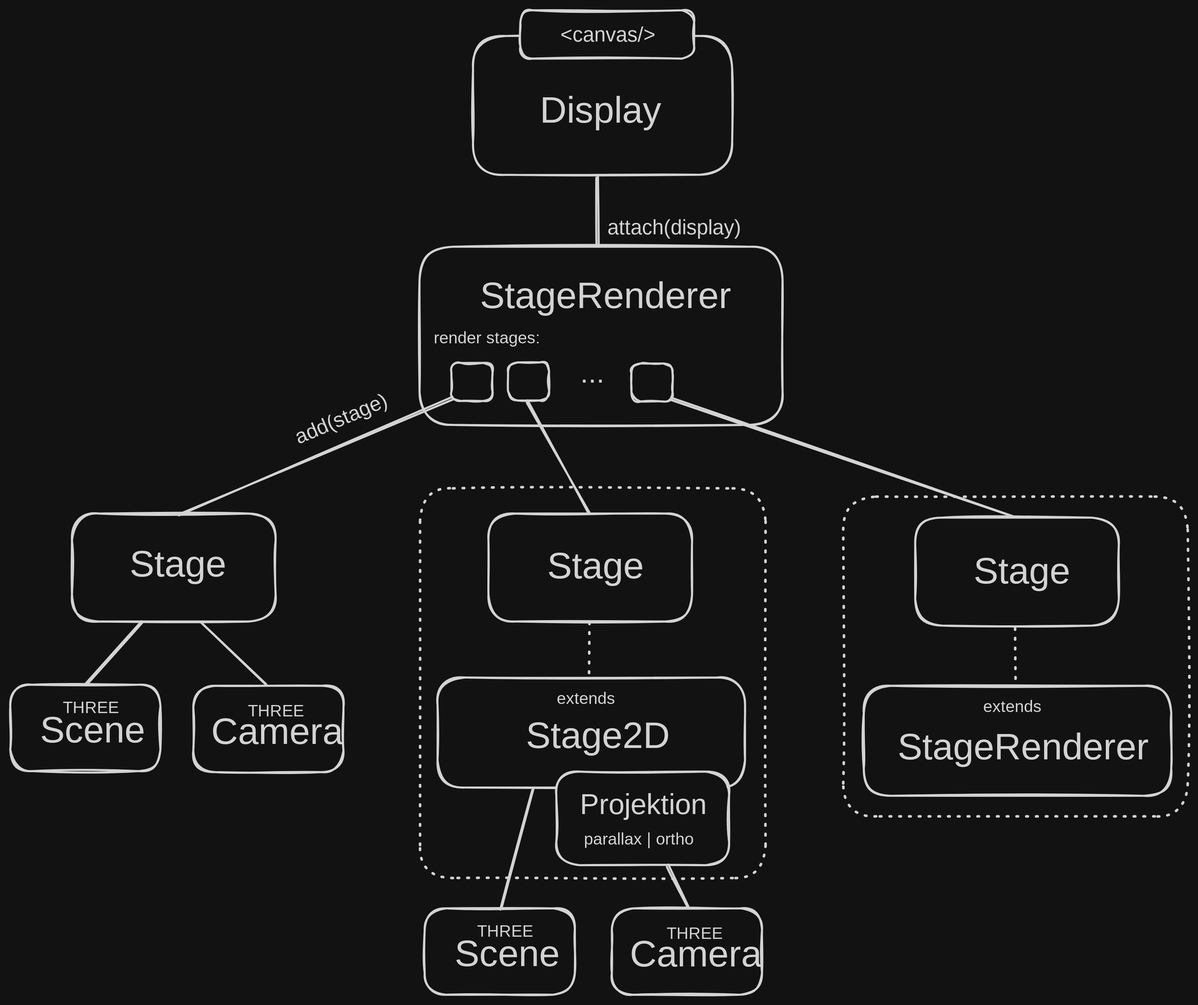
Earlier version of the Excalidraw export docs/display/display-stage-renderer.excalidraw.svg (spearwolf/twopoint5d). Source tidied: one line per element, renumbered; positions are measured from the earlier drawing's top-left corner, leaving out a move shared by most shapes.
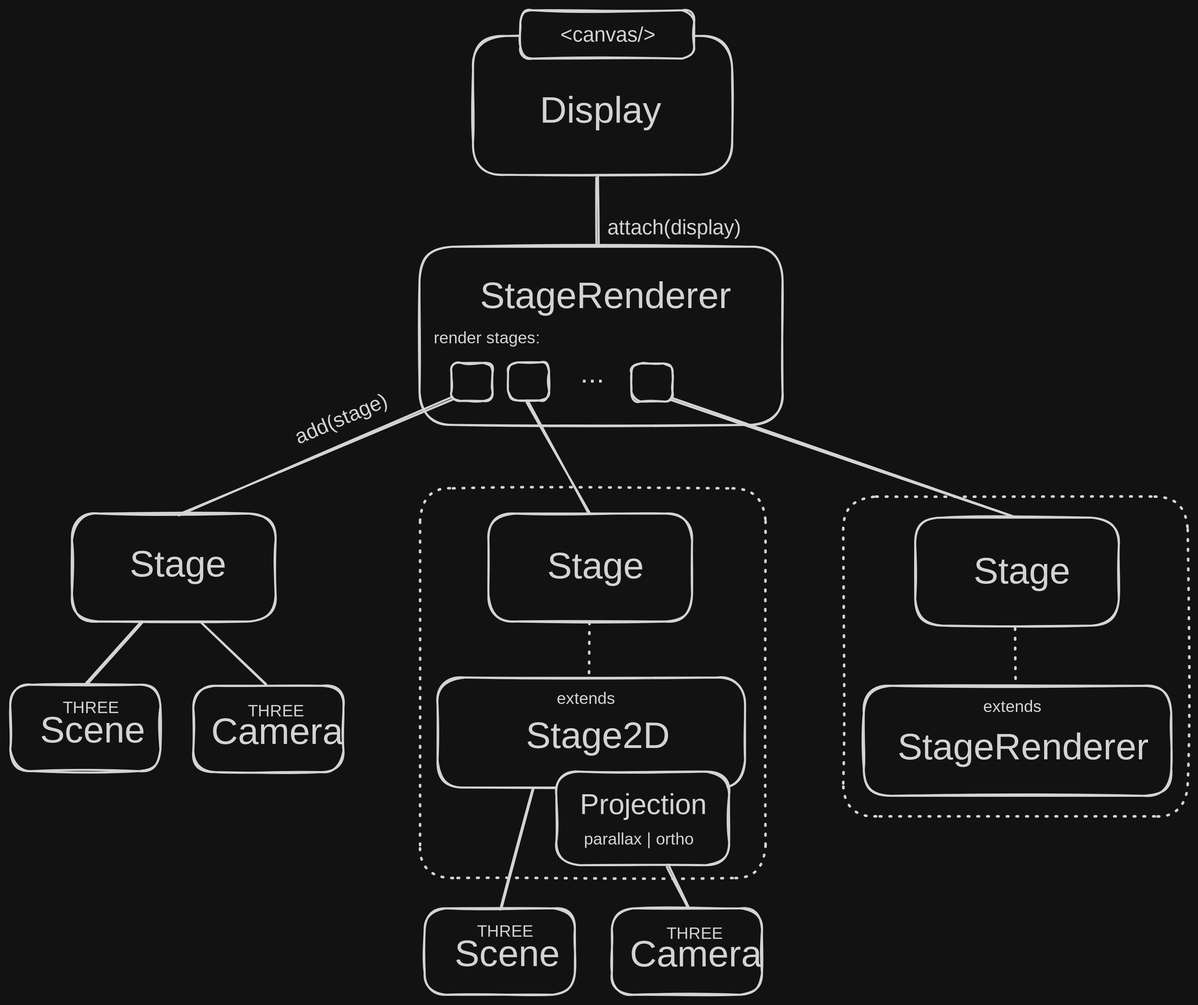
Later version of the same file.

The edit, as a diff of the source:
```diff
@@ -49,4 +49,4 @@
 {"id": 48, "type": "line", "strokeColor": "#1e1e1e", "backgroundColor": "#ffffff", "fillStyle": "solid", "strokeWidth": 2, "roughness": 1, "round": true, "x": 509, "y": 756, "width": 31, "height": 118, "points": [[0, 0], [-31, 118]]}
 {"id": 49, "type": "line", "strokeColor": "#1e1e1e", "backgroundColor": "#ffffff", "fillStyle": "solid", "strokeWidth": 2, "roughness": 1, "round": true, "x": 640, "y": 832, "width": 19, "height": 42, "points": [[0, 0], [19, 42]]}
 {"id": 50, "type": "text", "text": "parallax | ortho", "strokeColor": "#1e1e1e", "backgroundColor": "#ffffff", "fillStyle": "solid", "strokeWidth": 2, "roughness": 1, "fontSize": 16, "fontFamily": 5, "x": 558, "y": 797, "width": 121, "height": 20}
-{"id": 51, "type": "text", "text": "Projektion", "strokeColor": "#1e1e1e", "backgroundColor": "#ffffff", "fillStyle": "solid", "strokeWidth": 2, "roughness": 1, "fontSize": 28, "fontFamily": 7, "x": 554, "y": 756, "width": 125, "height": 32}
+{"id": 51, "type": "text", "text": "Projection", "strokeColor": "#1e1e1e", "backgroundColor": "#ffffff", "fillStyle": "solid", "strokeWidth": 2, "roughness": 1, "fontSize": 28, "fontFamily": 7, "x": 554, "y": 756, "width": 122, "height": 32}
```
